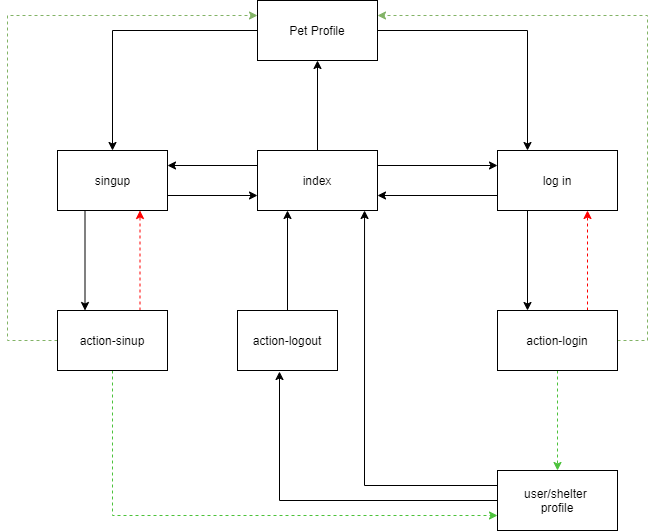
Before: images/navigation_diagram.png, a diagram exported from draw.io (catarina03/FEUP-LTW-AdoptMe). Source tidied: cells renumbered, new cells last; positions are measured from the earlier drawing's top-left corner, leaving out a move shared by most shapes.
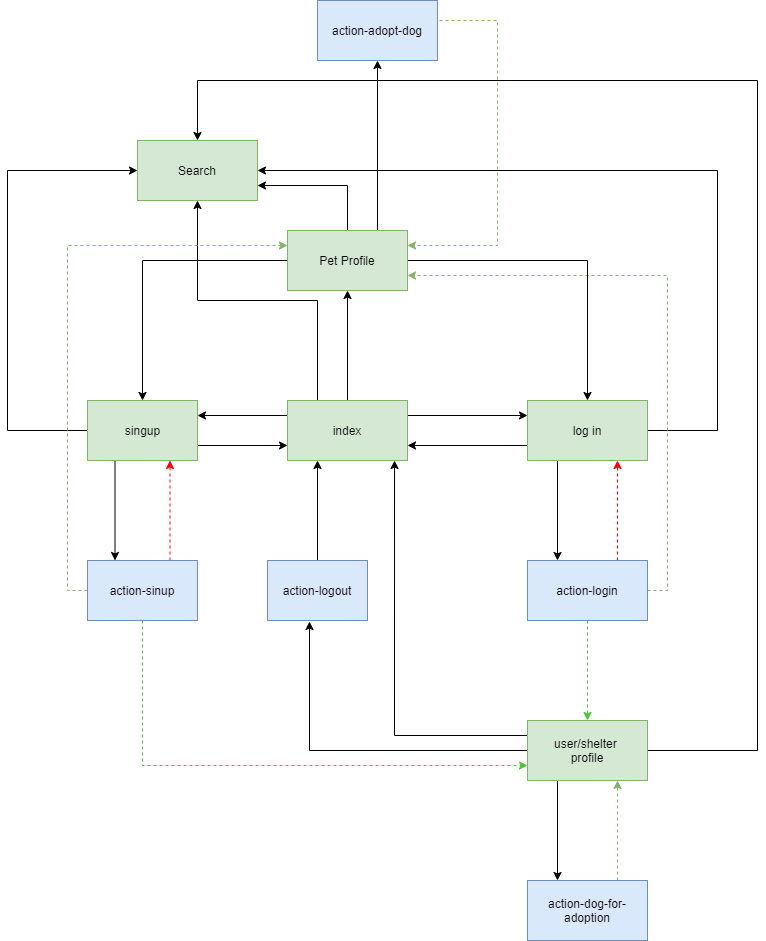
After the change.

Commit message:
change navigation diagram

The edit, as a diff of the source:
```diff
@@ -11,7 +11,10 @@
     <mxCell id="4" style="edgeStyle=orthogonalEdgeStyle;rounded=0;jettySize=auto;html=1;exitX=0.5;exitY=0;exitDx=0;exitDy=0;entryX=0.5;entryY=1;entryDx=0;entryDy=0;" parent="1" edge="1" source="5" target="27">
       <mxGeometry relative="1" as="geometry" />
     </mxCell>
+    <mxCell id="28" style="edgeStyle=orthogonalEdgeStyle;rounded=0;jettySize=auto;html=1;exitX=0.25;exitY=0;exitDx=0;exitDy=0;entryX=0.5;entryY=1;entryDx=0;entryDy=0;" parent="1" edge="1" source="5" target="35">
+      <mxGeometry relative="1" as="geometry" />
+    </mxCell>
-    <mxCell id="5" value="index" style="rounded=0;whiteSpace=wrap;html=1;" parent="1" vertex="1">
+    <mxCell id="5" value="index" style="rounded=0;whiteSpace=wrap;html=1;fillColor=#d5e8d4;strokeColor=#82b366;" parent="1" vertex="1">
       <mxGeometry x="250" y="150" width="120" height="60" as="geometry" />
     </mxCell>
     <mxCell id="6" style="edgeStyle=orthogonalEdgeStyle;rounded=0;jettySize=auto;html=1;exitX=1;exitY=0.75;exitDx=0;exitDy=0;entryX=0;entryY=0.75;entryDx=0;entryDy=0;" parent="1" edge="1" source="8" target="5">
@@ -20,7 +23,15 @@
     <mxCell id="7" style="edgeStyle=orthogonalEdgeStyle;rounded=0;jettySize=auto;html=1;exitX=0.25;exitY=1;exitDx=0;exitDy=0;entryX=0.25;entryY=0;entryDx=0;entryDy=0;" parent="1" edge="1" source="8" target="18">
       <mxGeometry relative="1" as="geometry" />
     </mxCell>
+    <mxCell id="29" style="edgeStyle=orthogonalEdgeStyle;rounded=0;jettySize=auto;html=1;exitX=0;exitY=0.5;exitDx=0;exitDy=0;entryX=0;entryY=0.5;entryDx=0;entryDy=0;" parent="1" edge="1" source="8" target="35">
+      <mxGeometry relative="1" as="geometry">
+        <Array as="points">
+          <mxPoint x="-30" y="180" />
+          <mxPoint x="-30" y="-80" />
+        </Array>
+      </mxGeometry>
+    </mxCell>
-    <mxCell id="8" value="singup" style="html=1;" parent="1" vertex="1">
+    <mxCell id="8" value="singup" style="html=1;fillColor=#d5e8d4;strokeColor=#82b366;" parent="1" vertex="1">
       <mxGeometry x="50" y="150" width="110" height="60" as="geometry" />
     </mxCell>
     <mxCell id="9" style="edgeStyle=orthogonalEdgeStyle;rounded=0;jettySize=auto;html=1;exitX=0;exitY=0.75;exitDx=0;exitDy=0;entryX=1;entryY=0.75;entryDx=0;entryDy=0;" parent="1" edge="1" source="11" target="5">
@@ -29,7 +40,15 @@
     <mxCell id="10" style="edgeStyle=orthogonalEdgeStyle;rounded=0;jettySize=auto;html=1;exitX=0.25;exitY=1;exitDx=0;exitDy=0;entryX=0.25;entryY=0;entryDx=0;entryDy=0;" parent="1" edge="1" source="11" target="22">
       <mxGeometry relative="1" as="geometry" />
     </mxCell>
+    <mxCell id="30" style="edgeStyle=orthogonalEdgeStyle;rounded=0;jettySize=auto;html=1;exitX=1;exitY=0.5;exitDx=0;exitDy=0;entryX=1;entryY=0.5;entryDx=0;entryDy=0;" parent="1" edge="1" source="11" target="35">
+      <mxGeometry relative="1" as="geometry">
+        <Array as="points">
+          <mxPoint x="680" y="180" />
+          <mxPoint x="680" y="-80" />
+        </Array>
+      </mxGeometry>
+    </mxCell>
-    <mxCell id="11" value="log in" style="rounded=0;whiteSpace=wrap;html=1;" parent="1" vertex="1">
+    <mxCell id="11" value="log in" style="rounded=0;whiteSpace=wrap;html=1;fillColor=#d5e8d4;strokeColor=#82b366;" parent="1" vertex="1">
       <mxGeometry x="490" y="150" width="120" height="60" as="geometry" />
     </mxCell>
     <mxCell id="12" style="edgeStyle=orthogonalEdgeStyle;rounded=0;jettySize=auto;html=1;exitX=0;exitY=0.5;exitDx=0;exitDy=0;entryX=0.42;entryY=1.017;entryDx=0;entryDy=0;entryPerimeter=0;" parent="1" edge="1" source="14" target="24">
@@ -38,7 +57,19 @@
     <mxCell id="13" style="edgeStyle=orthogonalEdgeStyle;rounded=0;jettySize=auto;html=1;exitX=0;exitY=0.25;exitDx=0;exitDy=0;entryX=0.892;entryY=1;entryDx=0;entryDy=0;entryPerimeter=0;" parent="1" edge="1" source="14" target="5">
       <mxGeometry relative="1" as="geometry" />
     </mxCell>
+    <mxCell id="31" style="edgeStyle=orthogonalEdgeStyle;rounded=0;jettySize=auto;html=1;exitX=1;exitY=0.5;exitDx=0;exitDy=0;entryX=0.5;entryY=0;entryDx=0;entryDy=0;" parent="1" edge="1" source="14" target="35">
+      <mxGeometry relative="1" as="geometry">
+        <Array as="points">
+          <mxPoint x="720" y="500" />
+          <mxPoint x="720" y="-170" />
+          <mxPoint x="160" y="-170" />
+        </Array>
+      </mxGeometry>
+    </mxCell>
+    <mxCell id="32" style="edgeStyle=orthogonalEdgeStyle;rounded=0;jettySize=auto;html=1;exitX=0.25;exitY=1;exitDx=0;exitDy=0;entryX=0.25;entryY=0;entryDx=0;entryDy=0;" parent="1" edge="1" source="14" target="37">
+      <mxGeometry relative="1" as="geometry" />
+    </mxCell>
-    <mxCell id="14" value="user/shelter &lt;br&gt;profile" style="rounded=0;whiteSpace=wrap;html=1;" parent="1" vertex="1">
+    <mxCell id="14" value="user/shelter &lt;br&gt;profile" style="rounded=0;whiteSpace=wrap;html=1;fillColor=#d5e8d4;strokeColor=#82b366;" parent="1" vertex="1">
       <mxGeometry x="490" y="470" width="120" height="60" as="geometry" />
     </mxCell>
     <mxCell id="15" style="edgeStyle=orthogonalEdgeStyle;rounded=0;jettySize=auto;html=1;exitX=0.5;exitY=1;exitDx=0;exitDy=0;entryX=0;entryY=0.75;entryDx=0;entryDy=0;dashed=1;strokeColor=#4CC23B;" parent="1" edge="1" source="18" target="14">
@@ -52,14 +83,9 @@
       <mxGeometry relative="1" as="geometry" />
     </mxCell>
     <mxCell id="17" style="edgeStyle=orthogonalEdgeStyle;rounded=0;jettySize=auto;html=1;exitX=0;exitY=0.5;exitDx=0;exitDy=0;entryX=0;entryY=0.25;entryDx=0;entryDy=0;dashed=1;fillColor=#d5e8d4;strokeColor=#82b366;" parent="1" edge="1" source="18" target="27">
-      <mxGeometry relative="1" as="geometry">
-        <Array as="points">
-          <mxPoint y="340" />
-          <mxPoint y="15" />
-        </Array>
-      </mxGeometry>
+      <mxGeometry relative="1" as="geometry" />
     </mxCell>
-    <mxCell id="18" value="action-sinup" style="rounded=0;whiteSpace=wrap;html=1;" parent="1" vertex="1">
+    <mxCell id="18" value="action-sinup" style="rounded=0;whiteSpace=wrap;html=1;fillColor=#dae8fc;strokeColor=#6c8ebf;" parent="1" vertex="1">
       <mxGeometry x="50" y="310" width="110" height="60" as="geometry" />
     </mxCell>
     <mxCell id="19" style="edgeStyle=orthogonalEdgeStyle;rounded=0;jettySize=auto;html=1;exitX=0.5;exitY=1;exitDx=0;exitDy=0;entryX=0.5;entryY=0;entryDx=0;entryDy=0;dashed=1;strokeColor=#4CC23B;" parent="1" edge="1" source="22" target="14">
@@ -68,39 +94,57 @@
     <mxCell id="20" style="edgeStyle=orthogonalEdgeStyle;rounded=0;jettySize=auto;html=1;exitX=0.75;exitY=0;exitDx=0;exitDy=0;entryX=0.75;entryY=1;entryDx=0;entryDy=0;dashed=1;strokeColor=#FF0000;" parent="1" edge="1" source="22" target="11">
       <mxGeometry relative="1" as="geometry" />
     </mxCell>
-    <mxCell id="21" style="edgeStyle=orthogonalEdgeStyle;rounded=0;jettySize=auto;html=1;exitX=1;exitY=0.5;exitDx=0;exitDy=0;entryX=1;entryY=0.25;entryDx=0;entryDy=0;dashed=1;fillColor=#d5e8d4;strokeColor=#82b366;" parent="1" edge="1" source="22" target="27">
+    <mxCell id="21" style="edgeStyle=orthogonalEdgeStyle;rounded=0;jettySize=auto;html=1;exitX=1;exitY=0.5;exitDx=0;exitDy=0;entryX=1;entryY=0.75;entryDx=0;entryDy=0;fillColor=#d5e8d4;strokeColor=#82b366;dashed=1;" parent="1" edge="1" source="22" target="27">
       <mxGeometry relative="1" as="geometry">
         <Array as="points">
-          <mxPoint x="640" y="340" />
-          <mxPoint x="640" y="15" />
+          <mxPoint x="630" y="340" />
+          <mxPoint x="630" y="25" />
         </Array>
       </mxGeometry>
     </mxCell>
-    <mxCell id="22" value="action-login" style="rounded=0;whiteSpace=wrap;html=1;" parent="1" vertex="1">
+    <mxCell id="22" value="action-login" style="rounded=0;whiteSpace=wrap;html=1;fillColor=#dae8fc;strokeColor=#6c8ebf;" parent="1" vertex="1">
       <mxGeometry x="490" y="310" width="120" height="60" as="geometry" />
     </mxCell>
     <mxCell id="23" style="edgeStyle=orthogonalEdgeStyle;rounded=0;jettySize=auto;html=1;exitX=0.5;exitY=0;exitDx=0;exitDy=0;entryX=0.25;entryY=1;entryDx=0;entryDy=0;" parent="1" edge="1" source="24" target="5">
       <mxGeometry relative="1" as="geometry" />
     </mxCell>
-    <mxCell id="24" value="action-logout" style="rounded=0;whiteSpace=wrap;html=1;" parent="1" vertex="1">
+    <mxCell id="24" value="action-logout" style="rounded=0;whiteSpace=wrap;html=1;fillColor=#dae8fc;strokeColor=#6c8ebf;" parent="1" vertex="1">
       <mxGeometry x="230" y="310" width="100" height="60" as="geometry" />
     </mxCell>
     <mxCell id="25" style="edgeStyle=orthogonalEdgeStyle;rounded=0;jettySize=auto;html=1;exitX=1;exitY=0.5;exitDx=0;exitDy=0;" parent="1" edge="1" source="27" target="11">
-      <mxGeometry relative="1" as="geometry">
-        <Array as="points">
-          <mxPoint x="520" y="30" />
-        </Array>
-      </mxGeometry>
+      <mxGeometry relative="1" as="geometry" />
     </mxCell>
-    <mxCell id="26" style="edgeStyle=orthogonalEdgeStyle;rounded=0;jettySize=auto;html=1;exitX=0;exitY=0.5;exitDx=0;exitDy=0;" parent="1" edge="1" source="27" target="8">
-      <mxGeometry relative="1" as="geometry">
-        <Array as="points">
-          <mxPoint x="105" y="30" />
-        </Array>
-      </mxGeometry>
+    <mxCell id="26" style="edgeStyle=orthogonalEdgeStyle;rounded=0;jettySize=auto;html=1;exitX=0;exitY=0.5;exitDx=0;exitDy=0;entryX=0.5;entryY=0;entryDx=0;entryDy=0;" parent="1" edge="1" source="27" target="8">
+      <mxGeometry relative="1" as="geometry" />
     </mxCell>
+    <mxCell id="33" style="edgeStyle=orthogonalEdgeStyle;rounded=0;jettySize=auto;html=1;exitX=0.5;exitY=0;exitDx=0;exitDy=0;entryX=1;entryY=0.75;entryDx=0;entryDy=0;" parent="1" edge="1" source="27" target="35">
+      <mxGeometry relative="1" as="geometry" />
+    </mxCell>
+    <mxCell id="34" style="edgeStyle=orthogonalEdgeStyle;rounded=0;jettySize=auto;html=1;exitX=0.75;exitY=0;exitDx=0;exitDy=0;entryX=0.5;entryY=1;entryDx=0;entryDy=0;" parent="1" edge="1" source="27" target="39">
+      <mxGeometry relative="1" as="geometry" />
+    </mxCell>
-    <mxCell id="27" value="Pet Profile" style="rounded=0;whiteSpace=wrap;html=1;" parent="1" vertex="1">
-      <mxGeometry x="250" width="120" height="60" as="geometry" />
+    <mxCell id="27" value="Pet Profile" style="rounded=0;whiteSpace=wrap;html=1;fillColor=#d5e8d4;strokeColor=#82b366;" parent="1" vertex="1">
+      <mxGeometry x="250" y="-20" width="120" height="60" as="geometry" />
     </mxCell>
+    <mxCell id="35" value="Search" style="rounded=0;whiteSpace=wrap;html=1;fillColor=#d5e8d4;strokeColor=#82b366;" parent="1" vertex="1">
+      <mxGeometry x="100" y="-110" width="120" height="60" as="geometry" />
+    </mxCell>
+    <mxCell id="36" style="edgeStyle=orthogonalEdgeStyle;rounded=0;jettySize=auto;html=1;exitX=0.75;exitY=0;exitDx=0;exitDy=0;entryX=0.75;entryY=1;entryDx=0;entryDy=0;fillColor=#d5e8d4;strokeColor=#82b366;dashed=1;" parent="1" edge="1" source="37" target="14">
+      <mxGeometry relative="1" as="geometry" />
+    </mxCell>
+    <mxCell id="37" value="action-dog-for-adoption" style="rounded=0;whiteSpace=wrap;html=1;fillColor=#dae8fc;strokeColor=#6c8ebf;" parent="1" vertex="1">
+      <mxGeometry x="490" y="630" width="120" height="60" as="geometry" />
+    </mxCell>
+    <mxCell id="38" style="edgeStyle=orthogonalEdgeStyle;rounded=0;jettySize=auto;html=1;exitX=1;exitY=0.5;exitDx=0;exitDy=0;entryX=1;entryY=0.25;entryDx=0;entryDy=0;fillColor=#d5e8d4;strokeColor=#82b366;dashed=1;" parent="1" edge="1" source="39" target="27">
+      <mxGeometry relative="1" as="geometry">
+        <Array as="points">
+          <mxPoint x="460" y="-230" />
+          <mxPoint x="460" y="-5" />
+        </Array>
+      </mxGeometry>
+    </mxCell>
+    <mxCell id="39" value="action-adopt-dog" style="rounded=0;whiteSpace=wrap;html=1;fillColor=#dae8fc;strokeColor=#6c8ebf;" parent="1" vertex="1">
+      <mxGeometry x="280" y="-250" width="120" height="60" as="geometry" />
+    </mxCell>
   </root>
 </mxGraphModel>
```
